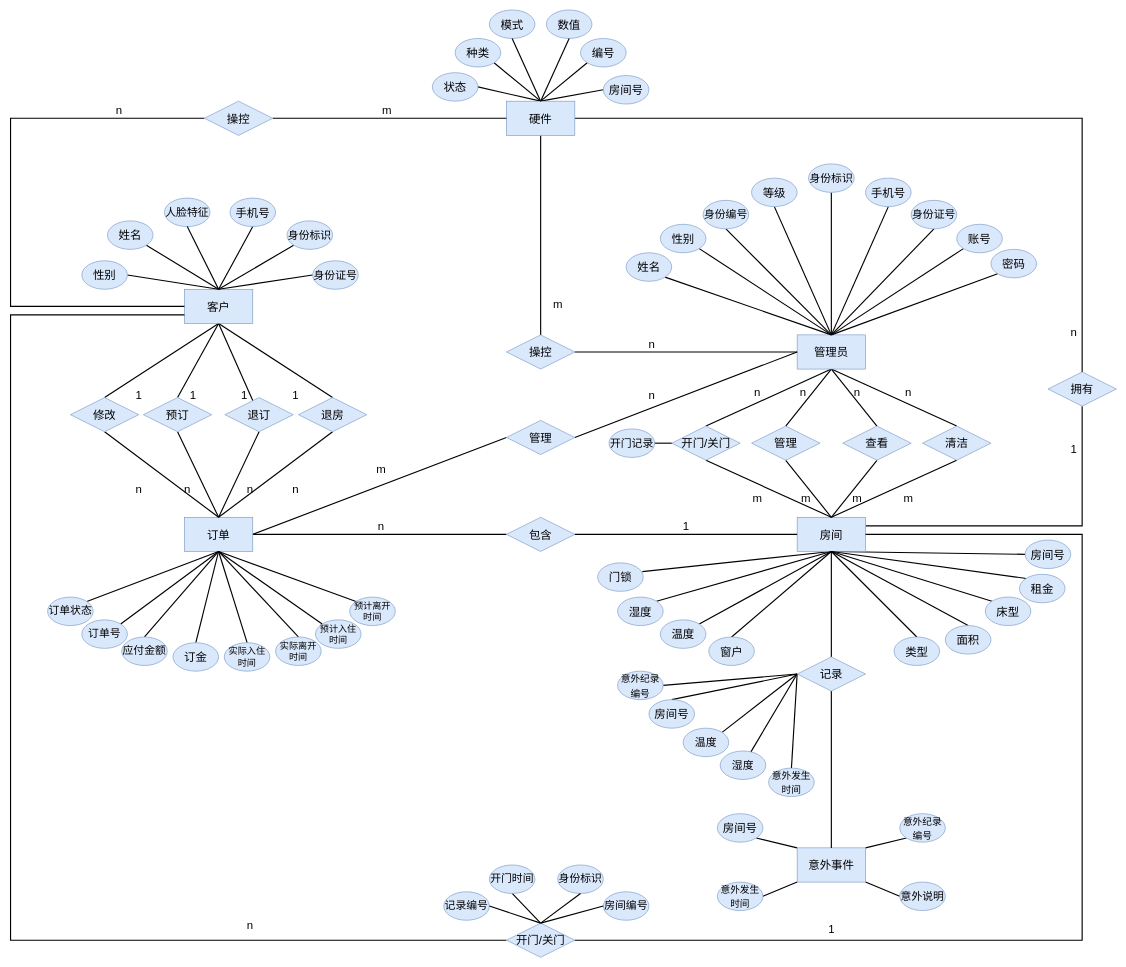
Above: docs/src/E-R图.drawio in AndSonder/smart-hotel-database (draw.io), before the change. Source tidied: cells renumbered, new cells numbered last; positions are measured from the earlier drawing's top-left corner, leaving out a move shared by most shapes. Both pictures are drawn from the tidied source at 57%, with x=0, y=0 at pixel (10, 10).
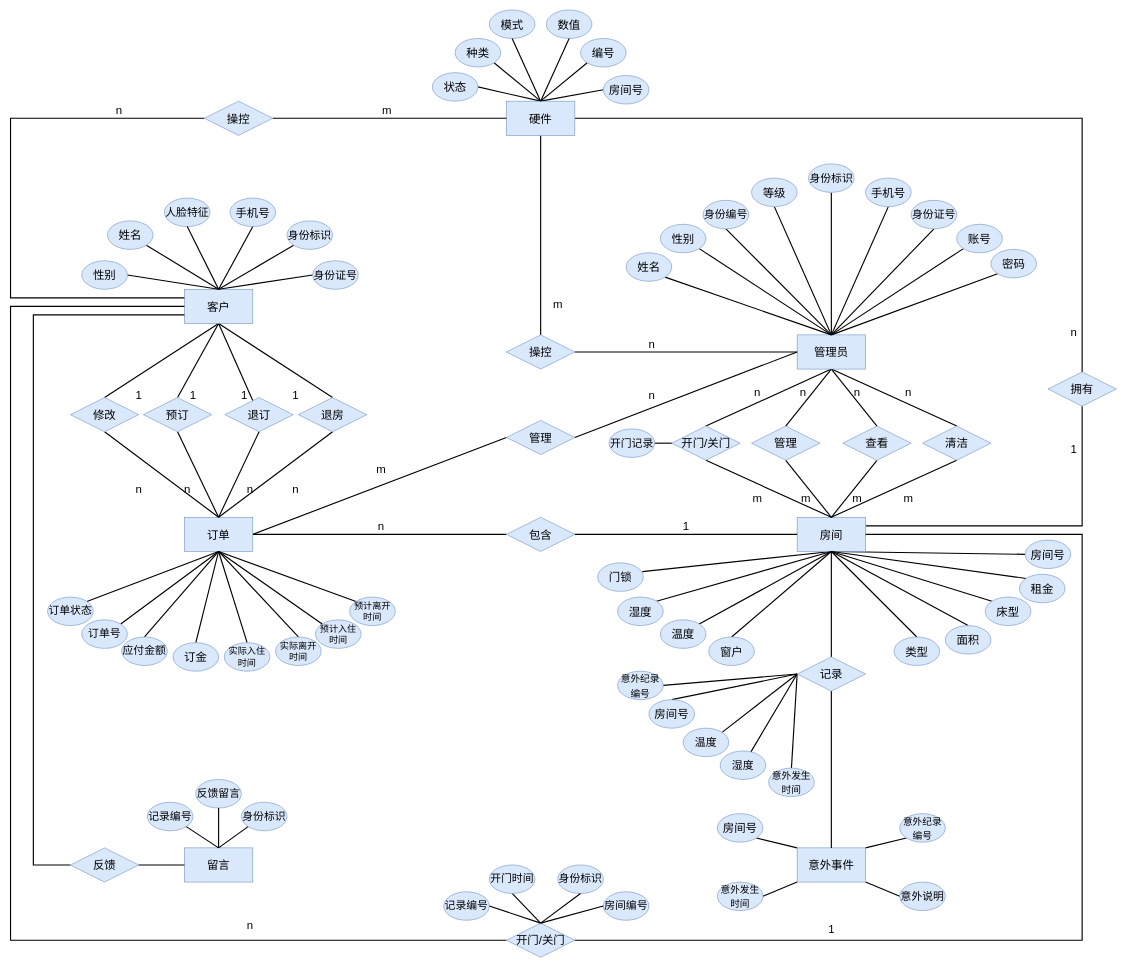
The same page after the edit.

The change refers to these unchanged cells:
```xml
<mxCell id="6" value="客户" style="rounded=0;whiteSpace=wrap;html=1;fillColor=#dae8fc;strokeColor=#6c8ebf;fontSize=20;" parent="1" vertex="1">
  <mxGeometry x="305" y="490" width="120" height="60" as="geometry" />
</mxCell>
<mxCell id="52" value="操控" style="rhombus;whiteSpace=wrap;html=1;fillColor=#dae8fc;strokeColor=#6c8ebf;fontSize=20;" parent="1" vertex="1">
  <mxGeometry x="340" y="160" width="120" height="60" as="geometry" />
</mxCell>
<mxCell id="73" value="开门/关门" style="rhombus;whiteSpace=wrap;html=1;fillColor=#dae8fc;strokeColor=#6c8ebf;fontSize=20;" parent="1" vertex="1">
  <mxGeometry x="870" y="1602" width="120" height="60" as="geometry" />
</mxCell>
```

What changed in the source:
```diff
@@
-    <mxCell id="51" style="edgeStyle=orthogonalEdgeStyle;rounded=0;jettySize=auto;html=1;exitX=0;exitY=0.5;exitDx=0;exitDy=0;entryX=0;entryY=0.5;entryDx=0;entryDy=0;endArrow=none;endFill=0;strokeWidth=2;" parent="1" edge="1" source="52" target="6">
+    <mxCell id="51" style="edgeStyle=orthogonalEdgeStyle;rounded=0;jettySize=auto;html=1;exitX=0;exitY=0.5;exitDx=0;exitDy=0;entryX=0;entryY=0.25;entryDx=0;entryDy=0;endArrow=none;endFill=0;strokeWidth=2;" parent="1" edge="1" source="52" target="6">
       <mxGeometry relative="1" as="geometry">
         <Array as="points">
           <mxPoint y="190" />
-          <mxPoint y="520" />
+          <mxPoint y="505" />
         </Array>
       </mxGeometry>
     </mxCell>
@@
-    <mxCell id="71" style="edgeStyle=orthogonalEdgeStyle;rounded=0;jettySize=auto;html=1;exitX=0;exitY=0.5;exitDx=0;exitDy=0;entryX=0;entryY=0.75;entryDx=0;entryDy=0;strokeWidth=2;endArrow=none;endFill=0;" parent="1" edge="1" source="73" target="6">
+    <mxCell id="71" style="edgeStyle=orthogonalEdgeStyle;rounded=0;jettySize=auto;html=1;exitX=0;exitY=0.5;exitDx=0;exitDy=0;entryX=0;entryY=0.5;entryDx=0;entryDy=0;strokeWidth=2;endArrow=none;endFill=0;" parent="1" edge="1" source="73" target="6">
       <mxGeometry relative="1" as="geometry">
         <Array as="points">
           <mxPoint y="1632" />
-          <mxPoint y="535" />
+          <mxPoint y="520" />
         </Array>
       </mxGeometry>
     </mxCell>
@@
+    <mxCell id="187" value="留言" style="rounded=0;whiteSpace=wrap;html=1;fillColor=#dae8fc;strokeColor=#6c8ebf;fontSize=20;" parent="1" vertex="1">
+      <mxGeometry x="305" y="1470" width="120" height="60" as="geometry" />
+    </mxCell>
+    <mxCell id="188" style="edgeStyle=orthogonalEdgeStyle;rounded=0;jettySize=auto;html=1;exitX=0;exitY=0.5;exitDx=0;exitDy=0;strokeWidth=2;endArrow=none;endFill=0;entryX=0;entryY=0.75;entryDx=0;entryDy=0;" parent="1" edge="1" source="189" target="6">
+      <mxGeometry relative="1" as="geometry">
+        <Array as="points">
+          <mxPoint x="40" y="1500" />
+          <mxPoint x="40" y="535" />
+        </Array>
+      </mxGeometry>
+    </mxCell>
+    <mxCell id="189" value="反馈" style="rhombus;whiteSpace=wrap;html=1;fillColor=#dae8fc;strokeColor=#6c8ebf;fontSize=20;" parent="1" vertex="1">
+      <mxGeometry x="105" y="1470" width="120" height="60" as="geometry" />
+    </mxCell>
+    <mxCell id="190" style="endArrow=none;html=1;strokeWidth=2;exitX=1;exitY=0.5;exitDx=0;exitDy=0;entryX=0;entryY=0.5;entryDx=0;entryDy=0;" parent="1" edge="1" source="189" target="187">
+      <mxGeometry relative="1" as="geometry" />
+    </mxCell>
+    <mxCell id="191" value="记录编号" style="ellipse;whiteSpace=wrap;html=1;fontSize=19;fillColor=#dae8fc;strokeColor=#6c8ebf;" parent="1" vertex="1">
+      <mxGeometry x="240" y="1390" width="80" height="50" as="geometry" />
+    </mxCell>
+    <mxCell id="192" value="反馈留言" style="ellipse;whiteSpace=wrap;html=1;fontSize=19;fillColor=#dae8fc;strokeColor=#6c8ebf;" parent="1" vertex="1">
+      <mxGeometry x="325" y="1350" width="80" height="50" as="geometry" />
+    </mxCell>
+    <mxCell id="193" value="身份标识" style="ellipse;whiteSpace=wrap;html=1;fontSize=19;fillColor=#dae8fc;strokeColor=#6c8ebf;" parent="1" vertex="1">
+      <mxGeometry x="405" y="1390" width="80" height="50" as="geometry" />
+    </mxCell>
+    <mxCell id="194" style="endArrow=none;html=1;strokeWidth=2;exitX=0.5;exitY=1;exitDx=0;exitDy=0;entryX=0.5;entryY=0;entryDx=0;entryDy=0;" parent="1" edge="1" source="192" target="187">
+      <mxGeometry relative="1" as="geometry" />
+    </mxCell>
+    <mxCell id="195" style="endArrow=none;html=1;strokeWidth=2;entryX=0;entryY=1;entryDx=0;entryDy=0;exitX=0.5;exitY=0;exitDx=0;exitDy=0;" parent="1" edge="1" source="187" target="193">
+      <mxGeometry relative="1" as="geometry" />
+    </mxCell>
+    <mxCell id="196" style="endArrow=none;html=1;strokeWidth=2;exitX=0.5;exitY=0;exitDx=0;exitDy=0;entryX=1;entryY=1;entryDx=0;entryDy=0;" parent="1" edge="1" source="187" target="191">
+      <mxGeometry relative="1" as="geometry" />
+    </mxCell>
```
